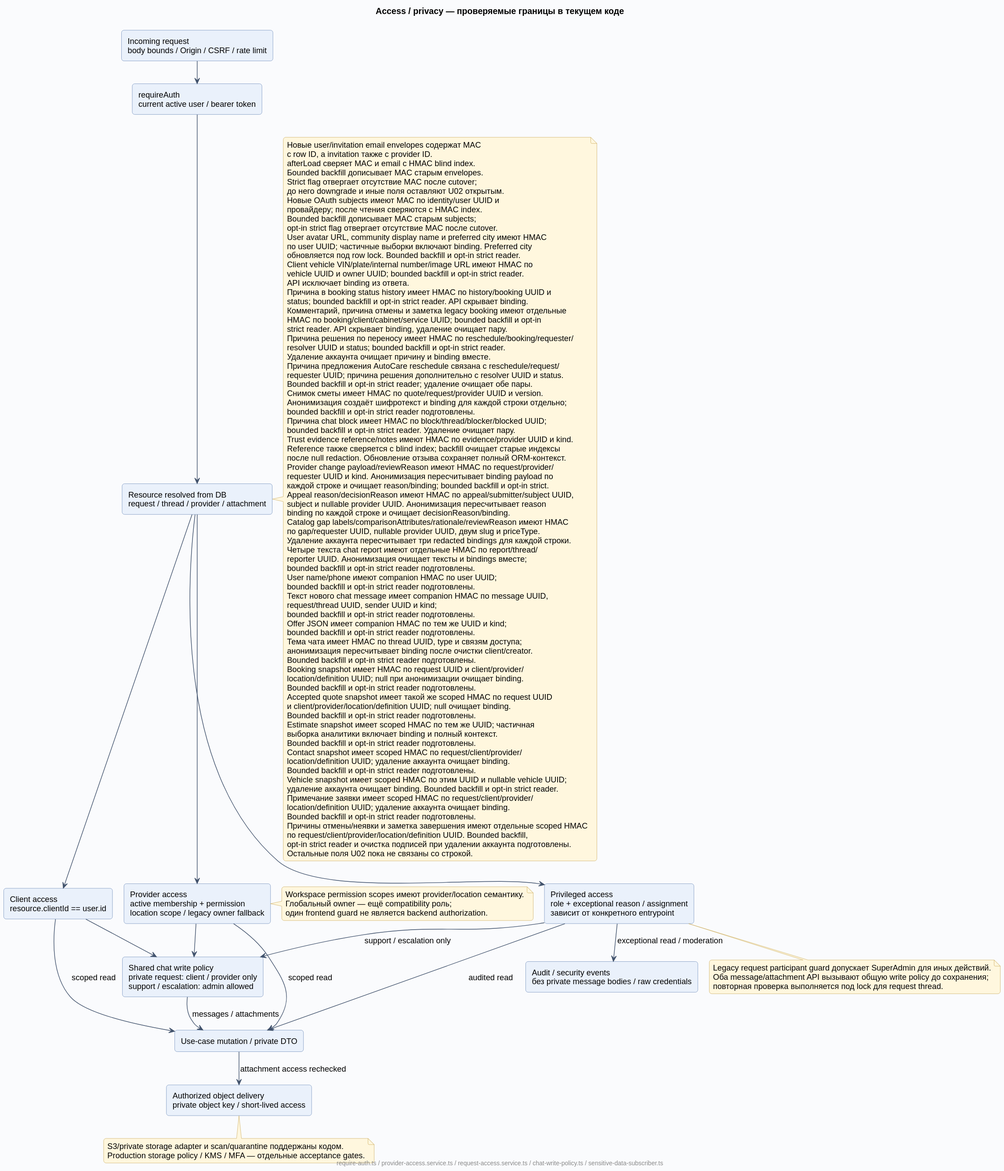
This is docs/diagrams/rendered/09-access-privacy.svg from Dima163163/auto-care-hub, a PlantUML export, as it was before one commit.
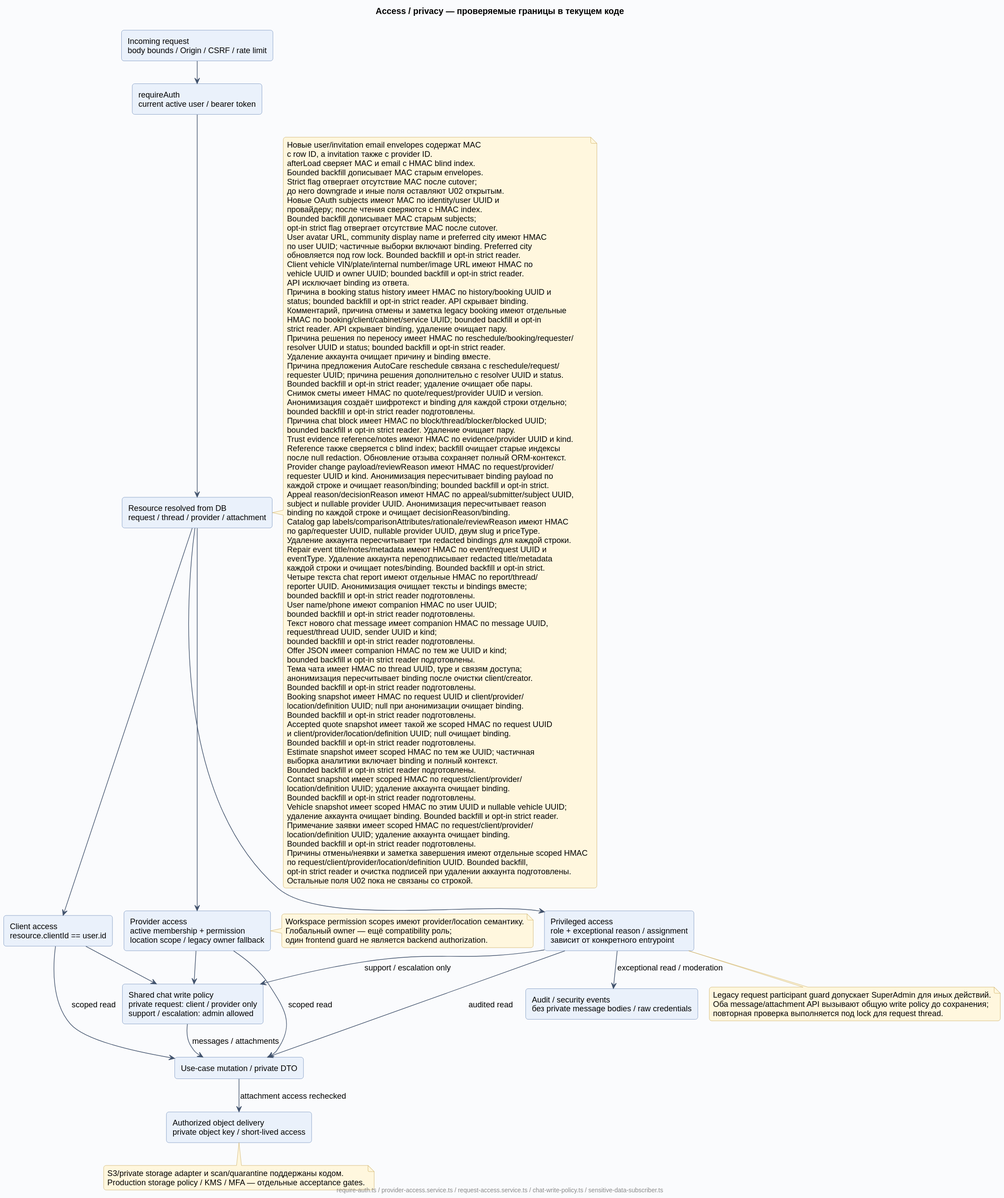
Above is the later version.

The edit, as a diff of the source:
```diff
@@ -76,6 +76,9 @@
   Catalog gap labels/comparisonAttributes/rationale/reviewReason имеют HMAC
   по gap/requester UUID, nullable provider UUID, двум slug и priceType.
   Удаление аккаунта пересчитывает три redacted bindings для каждой строки.
+  Repair event title/notes/metadata имеют HMAC по event/request UUID и
+  eventType. Удаление аккаунта переподписывает redacted title/metadata
+  каждой строки и очищает notes/binding. Bounded backfill и opt-in strict.
   Четыре текста chat report имеют отдельные HMAC по report/thread/
   reporter UUID. Анонимизация очищает тексты и bindings вместе;
   bounded backfill и opt-in strict reader подготовлены.
```
